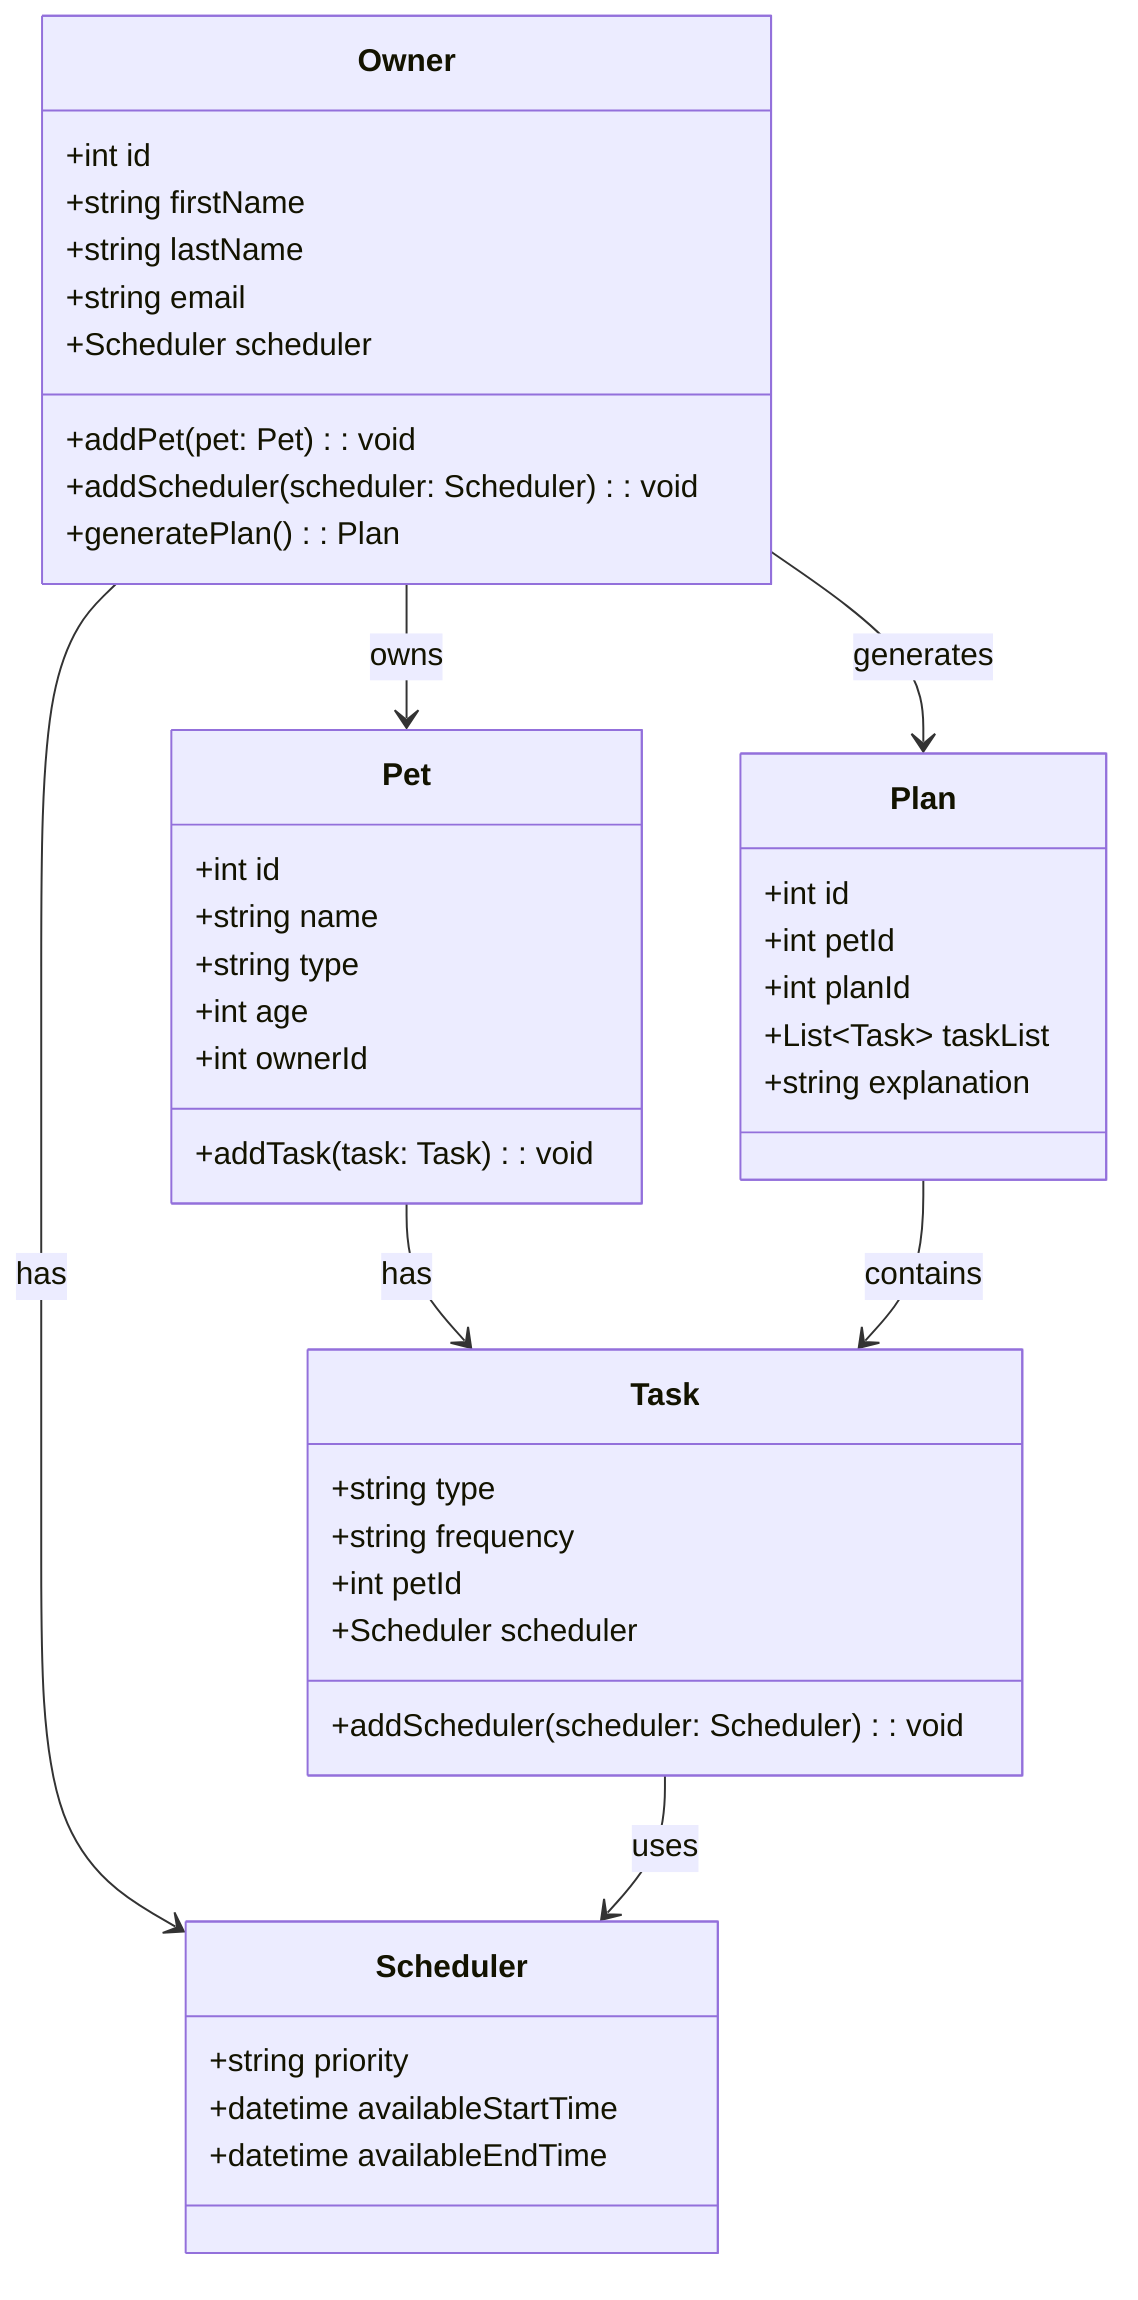
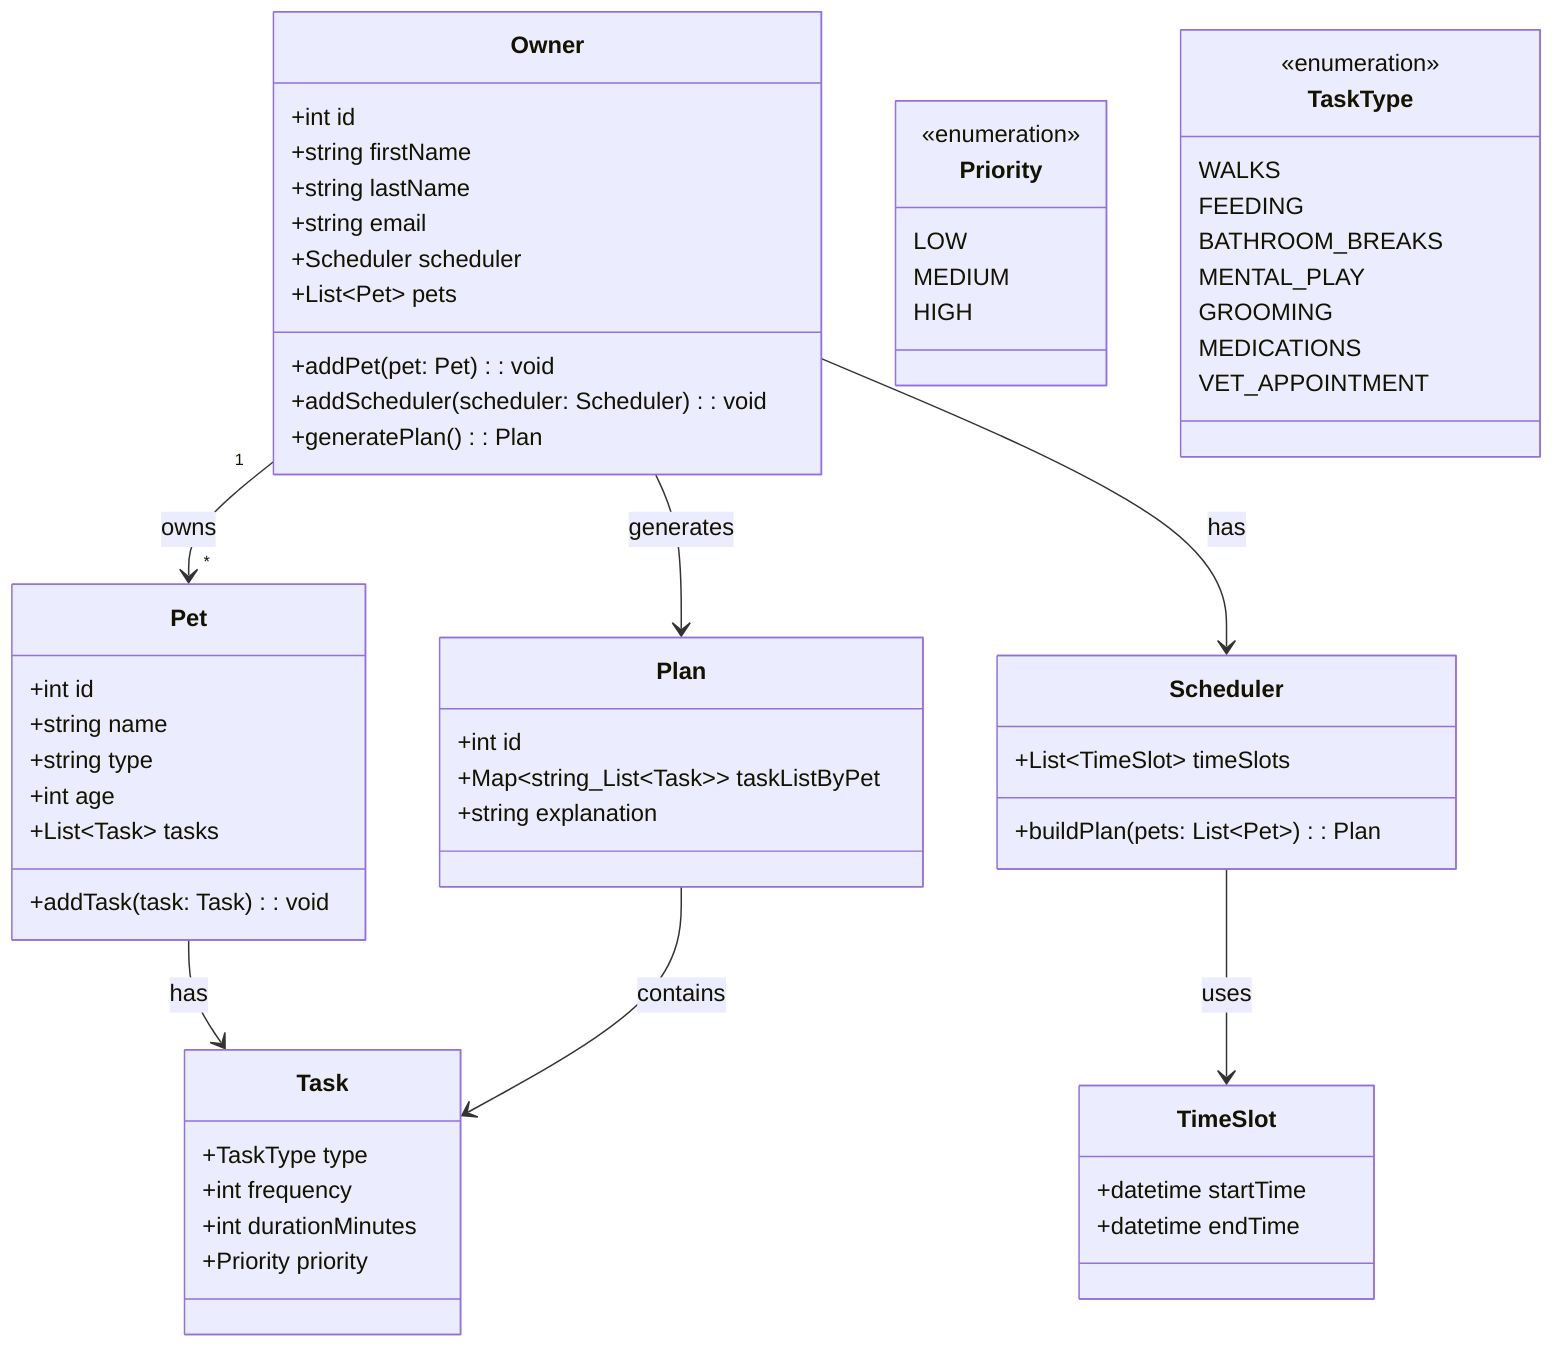
classDiagram
    class Owner {
        +int id
        +string firstName
        +string lastName
        +string email
        +Scheduler scheduler
+         +List~Pet~ pets
        +addPet(pet: Pet): void
        +addScheduler(scheduler: Scheduler): void
        +generatePlan(): Plan
    }

    class Pet {
        +int id
        +string name
        +string type
        +int age
-         +int ownerId
+         +List~Task~ tasks
        +addTask(task: Task): void
    }

    class Task {
-         +string type
-         +string frequency
-         +int petId
-         +Scheduler scheduler
-         +addScheduler(scheduler: Scheduler): void
+         +TaskType type
+         +int frequency
+         +int durationMinutes
+         +Priority priority
+     }
+ 
+     class Priority {
+         <<enumeration>>
+         LOW
+         MEDIUM
+         HIGH
+     }
+ 
+     class TaskType {
+         <<enumeration>>
+         WALKS
+         FEEDING
+         BATHROOM_BREAKS
+         MENTAL_PLAY
+         GROOMING
+         MEDICATIONS
+         VET_APPOINTMENT
+     }
+ 
+     class TimeSlot {
+         +datetime startTime
+         +datetime endTime
    }

    class Scheduler {
-         +string priority
-         +datetime availableStartTime
-         +datetime availableEndTime
+         +List~TimeSlot~ timeSlots
+         +buildPlan(pets: List~Pet~): Plan
    }

    class Plan {
        +int id
-         +int petId
-         +int planId
-         +List~Task~ taskList
+         +Map~string_List~Task~~ taskListByPet
        +string explanation
    }

-     Owner --> Pet : owns
+     Owner "1" --> "*" Pet : owns
    Pet --> Task : has
    Owner --> Scheduler : has
-     Task --> Scheduler : uses
+     Scheduler --> TimeSlot : uses
    Owner --> Plan : generates
    Plan --> Task : contains
